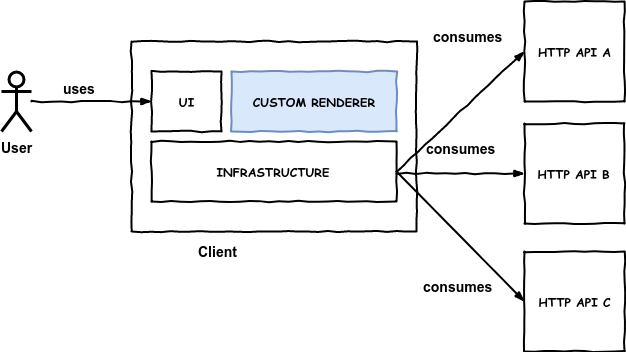
This is thesis/images/ui-dev-custom-renderer.png from joseferben/linked-data-driven-ui, a draw.io export, as it was before one commit. Source tidied: cells renumbered, new cells last; positions are measured from the earlier drawing's top-left corner, leaving out a move shared by most shapes. Its diagram source:
```xml
<mxGraphModel>
  <root>
    <mxCell id="0" />
    <mxCell id="1" parent="0" />
    <mxCell id="2" value="&lt;font style=&quot;font-size: 14px&quot;&gt;&lt;b&gt;User&lt;/b&gt;&lt;/font&gt;" style="shape=umlActor;verticalLabelPosition=bottom;labelBackgroundColor=#ffffff;verticalAlign=top;html=1;outlineConnect=0;strokeColor=#000000;strokeWidth=3;" parent="1" vertex="1">
      <mxGeometry y="70" width="30" height="60" as="geometry" />
    </mxCell>
    <mxCell id="3" style="html=1;whiteSpace=wrap;comic=1;strokeWidth=2;fontFamily=Comic Sans MS;fontStyle=1;" parent="1" vertex="1">
      <mxGeometry x="130" y="40" width="285" height="190" as="geometry" />
    </mxCell>
    <mxCell id="4" value="UI&lt;br&gt;" style="html=1;whiteSpace=wrap;comic=1;strokeWidth=2;fontFamily=Comic Sans MS;fontStyle=1;" parent="1" vertex="1">
      <mxGeometry x="150" y="70" width="70" height="60" as="geometry" />
    </mxCell>
    <mxCell id="5" value="INFRASTRUCTURE" style="html=1;whiteSpace=wrap;comic=1;strokeWidth=2;fontFamily=Comic Sans MS;fontStyle=1;" parent="1" vertex="1">
      <mxGeometry x="150" y="140" width="245" height="60" as="geometry" />
    </mxCell>
    <mxCell id="6" style="rounded=0;comic=1;strokeWidth=2;endArrow=blockThin;html=1;fontFamily=Comic Sans MS;fontStyle=1;entryX=0;entryY=0.5;entryDx=0;entryDy=0;" parent="1" edge="1" source="2" target="4">
      <mxGeometry relative="1" as="geometry" />
    </mxCell>
    <mxCell id="7" value="&lt;font style=&quot;font-size: 14px&quot;&gt;&lt;b&gt;uses&lt;/b&gt;&lt;/font&gt;" style="text;html=1;align=left;verticalAlign=top;spacingTop=-4;" parent="1" vertex="1">
      <mxGeometry x="60" y="77" width="50" height="20" as="geometry" />
    </mxCell>
    <mxCell id="8" value="&lt;font style=&quot;font-size: 14px&quot;&gt;&lt;b&gt;Client&lt;/b&gt;&lt;/font&gt;" style="text;html=1;align=left;verticalAlign=top;spacingTop=-4;" parent="1" vertex="1">
      <mxGeometry x="195" y="240" width="50" height="20" as="geometry" />
    </mxCell>
    <mxCell id="9" value="HTTP API B" style="html=1;whiteSpace=wrap;comic=1;strokeWidth=2;fontFamily=Comic Sans MS;fontStyle=1;" parent="1" vertex="1">
      <mxGeometry x="523" y="122" width="100" height="100" as="geometry" />
    </mxCell>
    <mxCell id="10" style="rounded=0;comic=1;strokeWidth=2;endArrow=blockThin;html=1;fontFamily=Comic Sans MS;fontStyle=1;entryX=0;entryY=0.5;entryDx=0;entryDy=0;" parent="1" edge="1" target="9">
      <mxGeometry relative="1" as="geometry">
        <mxPoint x="395" y="172" as="sourcePoint" />
      </mxGeometry>
    </mxCell>
    <mxCell id="11" value="&lt;b&gt;&lt;font style=&quot;font-size: 14px&quot;&gt;consumes&lt;br&gt;&lt;br&gt;&lt;/font&gt;&lt;/b&gt;" style="text;html=1;align=left;verticalAlign=top;spacingTop=-4;" parent="1" vertex="1">
      <mxGeometry x="423" y="137" width="80" height="30" as="geometry" />
    </mxCell>
    <mxCell id="12" value="HTTP API A" style="html=1;whiteSpace=wrap;comic=1;strokeWidth=2;fontFamily=Comic Sans MS;fontStyle=1;" parent="1" vertex="1">
      <mxGeometry x="523" width="100" height="100" as="geometry" />
    </mxCell>
    <mxCell id="13" value="HTTP API C" style="html=1;whiteSpace=wrap;comic=1;strokeWidth=2;fontFamily=Comic Sans MS;fontStyle=1;" parent="1" vertex="1">
      <mxGeometry x="523" y="250" width="100" height="100" as="geometry" />
    </mxCell>
    <mxCell id="14" style="rounded=0;comic=1;strokeWidth=2;endArrow=blockThin;html=1;fontFamily=Comic Sans MS;fontStyle=1;entryX=0;entryY=0.5;entryDx=0;entryDy=0;" parent="1" edge="1" target="13">
      <mxGeometry relative="1" as="geometry">
        <mxPoint x="395" y="170" as="sourcePoint" />
      </mxGeometry>
    </mxCell>
    <mxCell id="15" value="&lt;b&gt;&lt;font style=&quot;font-size: 14px&quot;&gt;consumes&lt;br&gt;&lt;br&gt;&lt;/font&gt;&lt;/b&gt;" style="text;html=1;align=left;verticalAlign=top;spacingTop=-4;" parent="1" vertex="1">
      <mxGeometry x="420" y="275" width="80" height="30" as="geometry" />
    </mxCell>
    <mxCell id="16" style="rounded=0;comic=1;strokeWidth=2;endArrow=blockThin;html=1;fontFamily=Comic Sans MS;fontStyle=1;entryX=0;entryY=0.5;entryDx=0;entryDy=0;exitX=1;exitY=0.5;exitDx=0;exitDy=0;" parent="1" edge="1" source="5" target="12">
      <mxGeometry relative="1" as="geometry" />
    </mxCell>
    <mxCell id="17" value="&lt;b&gt;&lt;font style=&quot;font-size: 14px&quot;&gt;consumes&lt;br&gt;&lt;br&gt;&lt;/font&gt;&lt;/b&gt;" style="text;html=1;align=left;verticalAlign=top;spacingTop=-4;" parent="1" vertex="1">
      <mxGeometry x="430" y="25" width="80" height="30" as="geometry" />
    </mxCell>
    <mxCell id="18" value="CUSTOM RENDERER" style="html=1;whiteSpace=wrap;comic=1;strokeWidth=2;fontFamily=Comic Sans MS;fontStyle=1;fillColor=#dae8fc;strokeColor=#6c8ebf;" parent="1" vertex="1">
      <mxGeometry x="230" y="70" width="165" height="60" as="geometry" />
    </mxCell>
  </root>
</mxGraphModel>
```
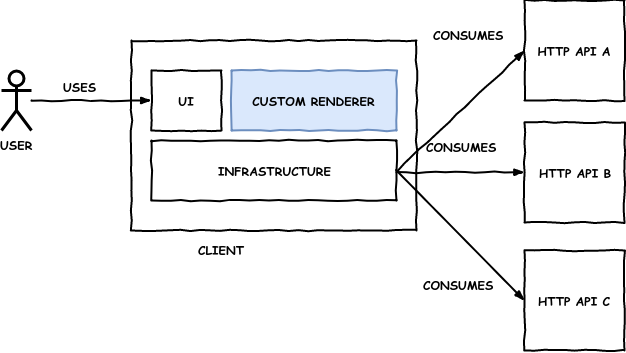
The same diagram one commit later.

The edit, as a diff of the source:
```diff
@@ -2,7 +2,7 @@
   <root>
     <mxCell id="0" />
     <mxCell id="1" parent="0" />
-    <mxCell id="2" value="&lt;font style=&quot;font-size: 14px&quot;&gt;&lt;b&gt;User&lt;/b&gt;&lt;/font&gt;" style="shape=umlActor;verticalLabelPosition=bottom;labelBackgroundColor=#ffffff;verticalAlign=top;html=1;outlineConnect=0;strokeColor=#000000;strokeWidth=3;" parent="1" vertex="1">
+    <mxCell id="2" value="&lt;font style=&quot;font-size: 12px&quot;&gt;&lt;span style=&quot;font-size: 12px&quot;&gt;USER&lt;/span&gt;&lt;/font&gt;" style="shape=umlActor;verticalLabelPosition=bottom;labelBackgroundColor=#ffffff;verticalAlign=top;html=1;outlineConnect=0;strokeColor=#000000;strokeWidth=3;fontSize=12;fontFamily=Comic Sans MS;fontStyle=1;" parent="1" vertex="1">
       <mxGeometry y="70" width="30" height="60" as="geometry" />
     </mxCell>
     <mxCell id="3" style="html=1;whiteSpace=wrap;comic=1;strokeWidth=2;fontFamily=Comic Sans MS;fontStyle=1;" parent="1" vertex="1">
@@ -17,11 +17,11 @@
     <mxCell id="6" style="rounded=0;comic=1;strokeWidth=2;endArrow=blockThin;html=1;fontFamily=Comic Sans MS;fontStyle=1;entryX=0;entryY=0.5;entryDx=0;entryDy=0;" parent="1" edge="1" source="2" target="4">
       <mxGeometry relative="1" as="geometry" />
     </mxCell>
-    <mxCell id="7" value="&lt;font style=&quot;font-size: 14px&quot;&gt;&lt;b&gt;uses&lt;/b&gt;&lt;/font&gt;" style="text;html=1;align=left;verticalAlign=top;spacingTop=-4;" parent="1" vertex="1">
+    <mxCell id="7" value="&lt;font style=&quot;font-size: 12px&quot;&gt;&lt;span style=&quot;font-size: 12px&quot;&gt;USES&lt;/span&gt;&lt;/font&gt;" style="text;html=1;align=left;verticalAlign=top;spacingTop=-4;fontSize=12;fontFamily=Comic Sans MS;fontStyle=1;" parent="1" vertex="1">
       <mxGeometry x="60" y="77" width="50" height="20" as="geometry" />
     </mxCell>
-    <mxCell id="8" value="&lt;font style=&quot;font-size: 14px&quot;&gt;&lt;b&gt;Client&lt;/b&gt;&lt;/font&gt;" style="text;html=1;align=left;verticalAlign=top;spacingTop=-4;" parent="1" vertex="1">
-      <mxGeometry x="195" y="240" width="50" height="20" as="geometry" />
+    <mxCell id="8" value="&lt;font style=&quot;font-size: 12px&quot;&gt;&lt;span style=&quot;font-size: 12px&quot;&gt;CLIENT&lt;/span&gt;&lt;/font&gt;" style="text;html=1;align=left;verticalAlign=top;spacingTop=-4;fontSize=12;fontFamily=Comic Sans MS;fontStyle=1;" parent="1" vertex="1">
+      <mxGeometry x="195" y="240" width="60" height="20" as="geometry" />
     </mxCell>
     <mxCell id="9" value="HTTP API B" style="html=1;whiteSpace=wrap;comic=1;strokeWidth=2;fontFamily=Comic Sans MS;fontStyle=1;" parent="1" vertex="1">
       <mxGeometry x="523" y="122" width="100" height="100" as="geometry" />
@@ -31,8 +31,8 @@
         <mxPoint x="395" y="172" as="sourcePoint" />
       </mxGeometry>
     </mxCell>
-    <mxCell id="11" value="&lt;b&gt;&lt;font style=&quot;font-size: 14px&quot;&gt;consumes&lt;br&gt;&lt;br&gt;&lt;/font&gt;&lt;/b&gt;" style="text;html=1;align=left;verticalAlign=top;spacingTop=-4;" parent="1" vertex="1">
-      <mxGeometry x="423" y="137" width="80" height="30" as="geometry" />
+    <mxCell id="11" value="&lt;span style=&quot;font-size: 12px&quot;&gt;&lt;font style=&quot;font-size: 12px&quot;&gt;CONSUMES&lt;br style=&quot;font-size: 12px&quot;&gt;&lt;/font&gt;&lt;/span&gt;" style="text;html=1;align=left;verticalAlign=top;spacingTop=-4;fontSize=12;fontFamily=Comic Sans MS;fontStyle=1;" parent="1" vertex="1">
+      <mxGeometry x="423" y="137" width="90" height="20" as="geometry" />
     </mxCell>
     <mxCell id="12" value="HTTP API A" style="html=1;whiteSpace=wrap;comic=1;strokeWidth=2;fontFamily=Comic Sans MS;fontStyle=1;" parent="1" vertex="1">
       <mxGeometry x="523" width="100" height="100" as="geometry" />
@@ -45,14 +45,14 @@
         <mxPoint x="395" y="170" as="sourcePoint" />
       </mxGeometry>
     </mxCell>
-    <mxCell id="15" value="&lt;b&gt;&lt;font style=&quot;font-size: 14px&quot;&gt;consumes&lt;br&gt;&lt;br&gt;&lt;/font&gt;&lt;/b&gt;" style="text;html=1;align=left;verticalAlign=top;spacingTop=-4;" parent="1" vertex="1">
-      <mxGeometry x="420" y="275" width="80" height="30" as="geometry" />
+    <mxCell id="15" value="&lt;span style=&quot;font-size: 12px&quot;&gt;&lt;font style=&quot;font-size: 12px&quot;&gt;CONSUMES&lt;br style=&quot;font-size: 12px&quot;&gt;&lt;/font&gt;&lt;/span&gt;" style="text;html=1;align=left;verticalAlign=top;spacingTop=-4;fontSize=12;fontFamily=Comic Sans MS;fontStyle=1;" parent="1" vertex="1">
+      <mxGeometry x="420" y="275" width="90" height="20" as="geometry" />
     </mxCell>
     <mxCell id="16" style="rounded=0;comic=1;strokeWidth=2;endArrow=blockThin;html=1;fontFamily=Comic Sans MS;fontStyle=1;entryX=0;entryY=0.5;entryDx=0;entryDy=0;exitX=1;exitY=0.5;exitDx=0;exitDy=0;" parent="1" edge="1" source="5" target="12">
       <mxGeometry relative="1" as="geometry" />
     </mxCell>
-    <mxCell id="17" value="&lt;b&gt;&lt;font style=&quot;font-size: 14px&quot;&gt;consumes&lt;br&gt;&lt;br&gt;&lt;/font&gt;&lt;/b&gt;" style="text;html=1;align=left;verticalAlign=top;spacingTop=-4;" parent="1" vertex="1">
-      <mxGeometry x="430" y="25" width="80" height="30" as="geometry" />
+    <mxCell id="17" value="&lt;span style=&quot;font-size: 12px&quot;&gt;&lt;font style=&quot;font-size: 12px&quot;&gt;CONSUMES&lt;br style=&quot;font-size: 12px&quot;&gt;&lt;/font&gt;&lt;/span&gt;" style="text;html=1;align=left;verticalAlign=top;spacingTop=-4;fontSize=12;fontFamily=Comic Sans MS;fontStyle=1;" parent="1" vertex="1">
+      <mxGeometry x="430" y="25" width="90" height="20" as="geometry" />
     </mxCell>
     <mxCell id="18" value="CUSTOM RENDERER" style="html=1;whiteSpace=wrap;comic=1;strokeWidth=2;fontFamily=Comic Sans MS;fontStyle=1;fillColor=#dae8fc;strokeColor=#6c8ebf;" parent="1" vertex="1">
       <mxGeometry x="230" y="70" width="165" height="60" as="geometry" />
```
